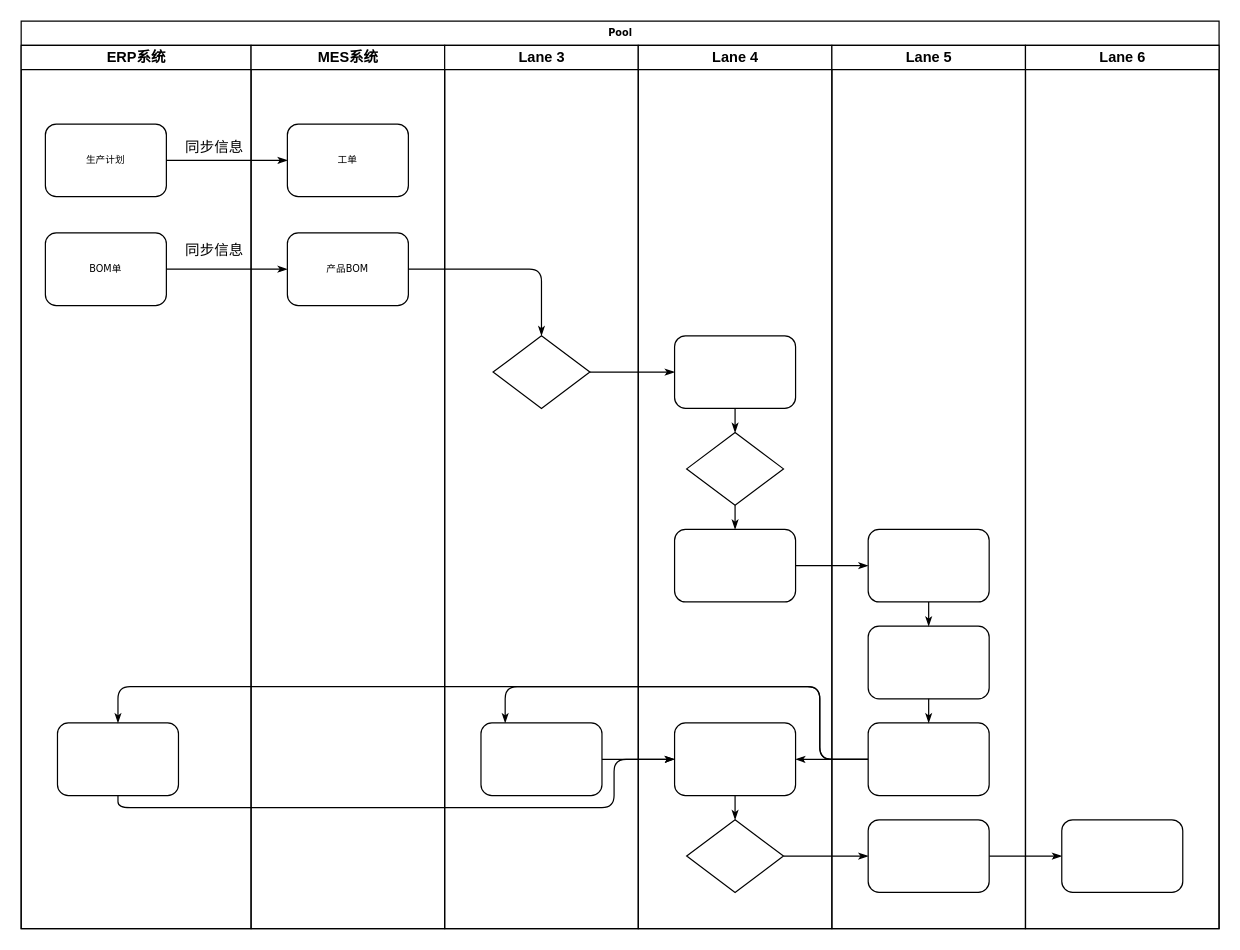
This is data/MES.drawio from chenyanxi/hosts, a draw.io file, before an edit. Source tidied: cells renumbered, new cells numbered last; positions are measured from the earlier drawing's top-left corner, leaving out a move shared by most shapes. Both pictures are drawn from the tidied source at 121%, with x=0, y=0 at pixel (21, 21).
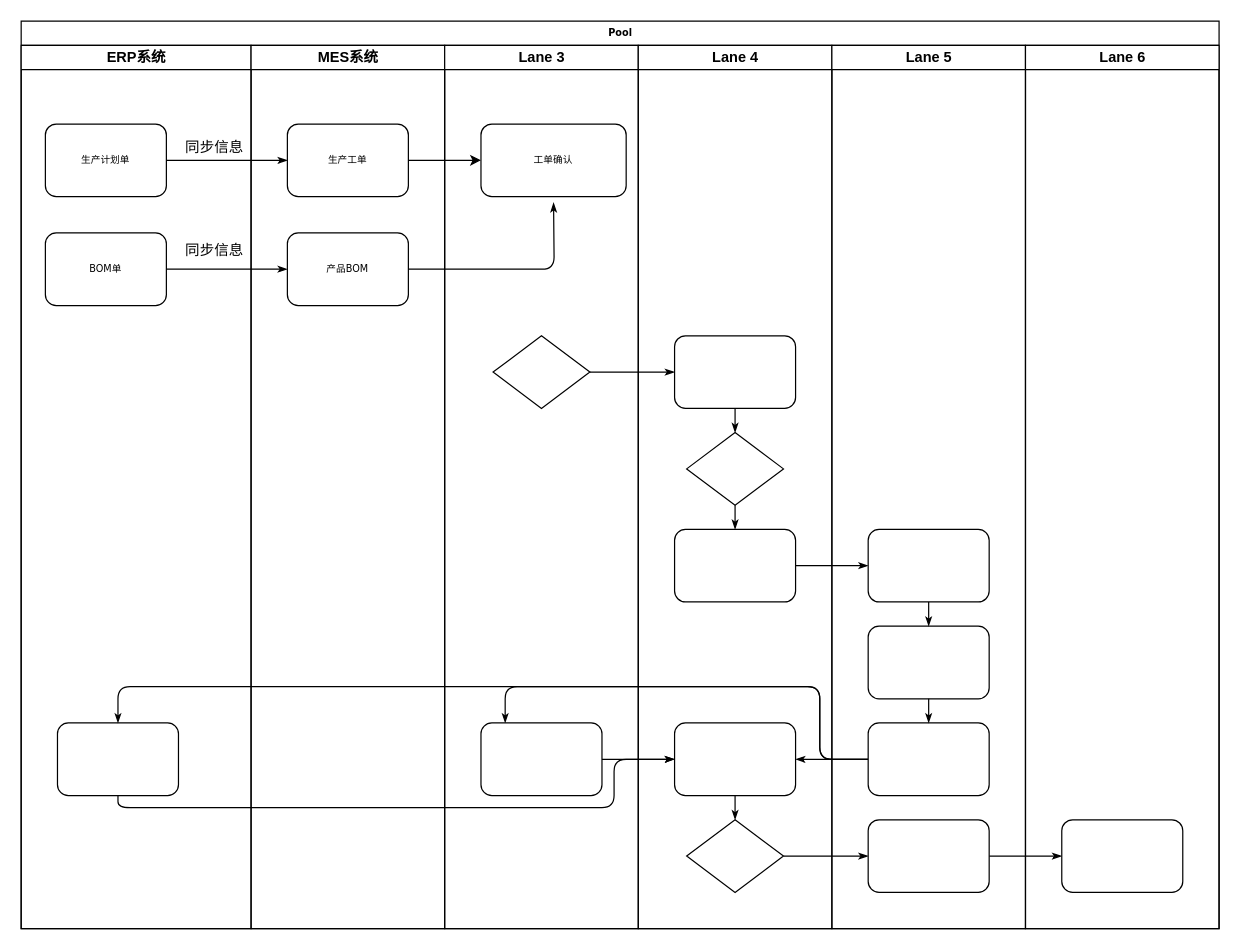
The same page after the edit.

Unchanged cells that the change refers to:
```xml
<mxCell id="2" value="Pool" style="swimlane;html=1;startSize=20;rounded=0;shadow=0;labelBackgroundColor=none;strokeWidth=1;fontFamily=Verdana;fontSize=8;align=center;" parent="1" vertex="1">
  <mxGeometry width="990" height="750" as="geometry" />
</mxCell>
<mxCell id="3" value="ERP系统" style="swimlane;html=1;startSize=20;" parent="2" vertex="1">
  <mxGeometry y="20" width="190" height="730" as="geometry" />
</mxCell>
<mxCell id="20" value="MES系统" style="swimlane;html=1;startSize=20;" parent="2" vertex="1">
  <mxGeometry x="190" y="20" width="160" height="730" as="geometry" />
</mxCell>
<mxCell id="22" value="产品BOM" style="rounded=1;whiteSpace=wrap;html=1;shadow=0;labelBackgroundColor=none;strokeWidth=1;fontFamily=Verdana;fontSize=8;align=center;" parent="20" vertex="1">
  <mxGeometry x="30" y="155" width="100" height="60" as="geometry" />
</mxCell>
<mxCell id="23" value="Lane 3" style="swimlane;html=1;startSize=20;" parent="2" vertex="1">
  <mxGeometry x="350" y="20" width="160" height="730" as="geometry" />
</mxCell>
<mxCell id="24" style="rhombus;whiteSpace=wrap;html=1;rounded=0;shadow=0;labelBackgroundColor=none;strokeWidth=1;fontFamily=Verdana;fontSize=8;align=center;" parent="23" vertex="1">
  <mxGeometry x="40" y="240" width="80" height="60" as="geometry" />
</mxCell>
```

The edit, as a diff of the source:
```diff
@@
-    <mxCell id="4" value="生产计划" style="rounded=1;whiteSpace=wrap;html=1;shadow=0;labelBackgroundColor=none;strokeWidth=1;fontFamily=Verdana;fontSize=8;align=center;" parent="3" vertex="1">
+    <mxCell id="4" value="生产计划单" style="rounded=1;whiteSpace=wrap;html=1;shadow=0;labelBackgroundColor=none;strokeWidth=1;fontFamily=Verdana;fontSize=8;align=center;" parent="3" vertex="1">
       <mxGeometry x="20" y="65" width="100" height="60" as="geometry" />
     </mxCell>
@@
-    <mxCell id="21" value="工单" style="rounded=1;whiteSpace=wrap;html=1;shadow=0;labelBackgroundColor=none;strokeWidth=1;fontFamily=Verdana;fontSize=8;align=center;" parent="20" vertex="1">
+    <mxCell id="21" value="生产工单" style="rounded=1;whiteSpace=wrap;html=1;shadow=0;labelBackgroundColor=none;strokeWidth=1;fontFamily=Verdana;fontSize=8;align=center;" parent="20" vertex="1">
       <mxGeometry x="30" y="65" width="100" height="60" as="geometry" />
     </mxCell>
@@
+    <mxCell id="45" value="工单确认" style="whiteSpace=wrap;html=1;fontSize=8;fontFamily=Verdana;rounded=1;shadow=0;labelBackgroundColor=none;strokeWidth=1;" parent="23" vertex="1">
+      <mxGeometry x="30" y="65" width="120" height="60" as="geometry" />
+    </mxCell>
@@
-    <mxCell id="44" style="edgeStyle=orthogonalEdgeStyle;rounded=1;html=1;labelBackgroundColor=none;startArrow=none;startFill=0;startSize=5;endArrow=classicThin;endFill=1;endSize=5;jettySize=auto;strokeWidth=1;fontFamily=Verdana;fontSize=8;" parent="2" edge="1" source="22" target="24">
-      <mxGeometry relative="1" as="geometry" />
+    <mxCell id="44" style="edgeStyle=orthogonalEdgeStyle;rounded=1;html=1;labelBackgroundColor=none;startArrow=none;startFill=0;startSize=5;endArrow=classicThin;endFill=1;endSize=5;jettySize=auto;strokeWidth=1;fontFamily=Verdana;fontSize=8;" parent="2" edge="1" source="22">
+      <mxGeometry relative="1" as="geometry">
+        <mxPoint x="440" y="150" as="targetPoint" />
+      </mxGeometry>
     </mxCell>
+    <mxCell id="46" style="edgeStyle=orthogonalEdgeStyle;rounded=0;jettySize=auto;html=1;" parent="2" edge="1" source="21" target="45">
+      <mxGeometry relative="1" as="geometry" />
+    </mxCell>
```
